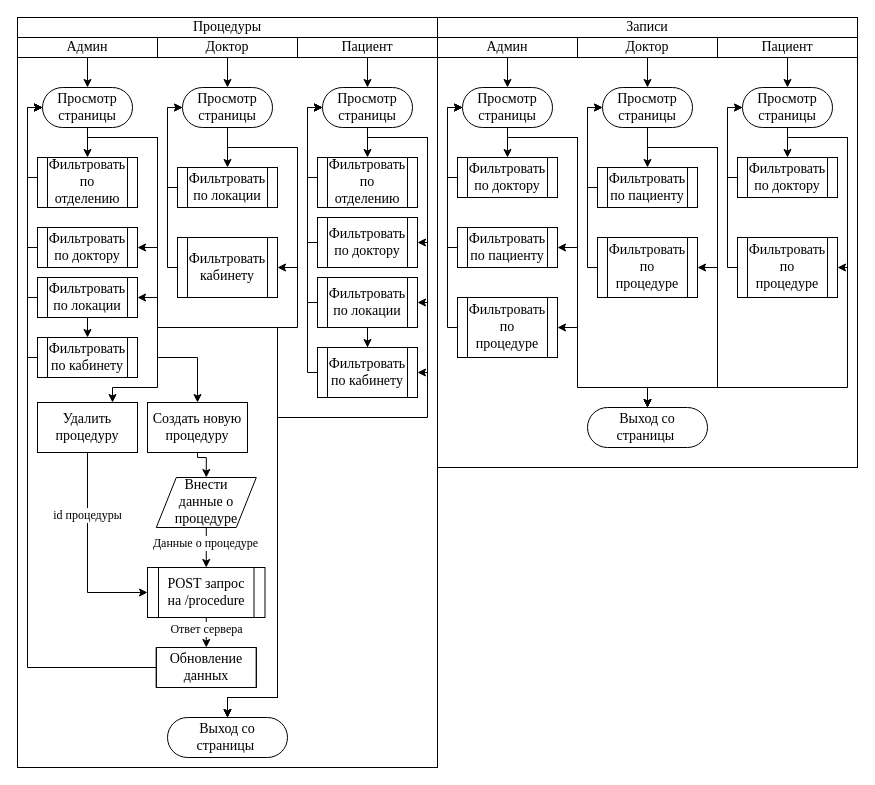
Before: procedures and patients.drawio in arturyumaev/Bachelor-Diploma-Docs, a draw.io diagram. Source tidied: cells renumbered, new cells numbered last; positions are measured from the earlier drawing's top-left corner, leaving out a move shared by most shapes. Both pictures are drawn from the tidied source at 100%, with x=0, y=0 at pixel (17, 17).
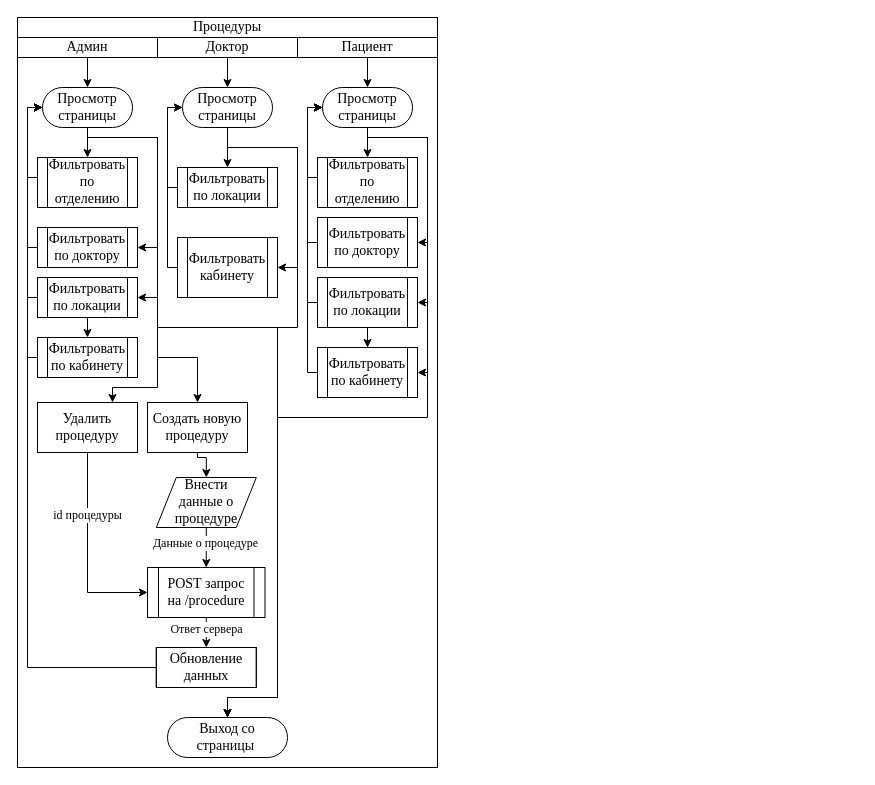
Above is the later version.

What changed in the source:
```diff
@@
-    <mxCell id="2" style="rounded=0;whiteSpace=wrap;html=1;fillColor=none;" parent="1" vertex="1">
-      <mxGeometry x="420" y="40" width="420" height="410" as="geometry" />
-    </mxCell>
-    <mxCell id="3" value="&lt;font style=&quot;font-size: 14px&quot; face=&quot;Times New Roman&quot;&gt;Записи&lt;/font&gt;" style="rounded=0;whiteSpace=wrap;html=1;" parent="1" vertex="1">
-      <mxGeometry x="420" width="420" height="20" as="geometry" />
-    </mxCell>
-    <mxCell id="4" style="edgeStyle=orthogonalEdgeStyle;rounded=0;jettySize=auto;html=1;exitX=0.5;exitY=1;exitDx=0;exitDy=0;entryX=0.5;entryY=0;entryDx=0;entryDy=0;endArrow=classic;endFill=1;" parent="1" edge="1" source="5" target="15">
-      <mxGeometry relative="1" as="geometry" />
-    </mxCell>
-    <mxCell id="5" value="&lt;font style=&quot;font-size: 14px&quot; face=&quot;Times New Roman&quot;&gt;Админ&lt;/font&gt;" style="rounded=0;whiteSpace=wrap;html=1;" parent="1" vertex="1">
-      <mxGeometry x="420" y="20" width="140" height="20" as="geometry" />
-    </mxCell>
-    <mxCell id="6" style="edgeStyle=orthogonalEdgeStyle;rounded=0;jettySize=auto;html=1;exitX=0.5;exitY=1;exitDx=0;exitDy=0;entryX=0.5;entryY=0;entryDx=0;entryDy=0;endArrow=classic;endFill=1;" parent="1" edge="1" source="7" target="22">
-      <mxGeometry relative="1" as="geometry" />
-    </mxCell>
-    <mxCell id="7" value="&lt;font style=&quot;font-size: 14px&quot; face=&quot;Times New Roman&quot;&gt;Доктор&lt;/font&gt;" style="rounded=0;whiteSpace=wrap;html=1;" parent="1" vertex="1">
-      <mxGeometry x="560" y="20" width="140" height="20" as="geometry" />
-    </mxCell>
-    <mxCell id="8" style="edgeStyle=orthogonalEdgeStyle;rounded=0;jettySize=auto;html=1;exitX=0.5;exitY=1;exitDx=0;exitDy=0;entryX=0.5;entryY=0;entryDx=0;entryDy=0;endArrow=classic;endFill=1;" parent="1" edge="1" source="9" target="26">
-      <mxGeometry relative="1" as="geometry" />
-    </mxCell>
-    <mxCell id="9" value="&lt;font style=&quot;font-size: 14px&quot; face=&quot;Times New Roman&quot;&gt;Пациент&lt;/font&gt;" style="rounded=0;whiteSpace=wrap;html=1;" parent="1" vertex="1">
-      <mxGeometry x="700" y="20" width="140" height="20" as="geometry" />
-    </mxCell>
-    <mxCell id="10" style="edgeStyle=orthogonalEdgeStyle;rounded=0;orthogonalLoop=1;jettySize=auto;html=1;endArrow=classic;endFill=1;exitX=0.5;exitY=0;exitDx=0;exitDy=0;entryX=0.5;entryY=0;entryDx=0;entryDy=0;" parent="1" edge="1" source="15" target="15">
-      <mxGeometry relative="1" as="geometry" />
-    </mxCell>
-    <mxCell id="11" style="edgeStyle=orthogonalEdgeStyle;rounded=0;jettySize=auto;html=1;exitX=0.5;exitY=1;exitDx=0;exitDy=0;entryX=0.5;entryY=0;entryDx=0;entryDy=0;endArrow=classic;endFill=1;" parent="1" edge="1" source="15" target="18">
-      <mxGeometry relative="1" as="geometry" />
-    </mxCell>
-    <mxCell id="12" style="edgeStyle=orthogonalEdgeStyle;rounded=0;jettySize=auto;html=1;exitX=0.5;exitY=1;exitDx=0;exitDy=0;entryX=1;entryY=0.5;entryDx=0;entryDy=0;endArrow=classic;endFill=1;" parent="1" edge="1" source="15" target="28">
-      <mxGeometry relative="1" as="geometry">
-        <Array as="points">
-          <mxPoint x="490" y="120" />
-          <mxPoint x="560" y="120" />
-          <mxPoint x="560" y="230" />
-        </Array>
-      </mxGeometry>
-    </mxCell>
-    <mxCell id="13" style="edgeStyle=orthogonalEdgeStyle;rounded=0;jettySize=auto;html=1;exitX=0.5;exitY=1;exitDx=0;exitDy=0;entryX=1;entryY=0.5;entryDx=0;entryDy=0;endArrow=classic;endFill=1;" parent="1" edge="1" source="15" target="30">
-      <mxGeometry relative="1" as="geometry">
-        <Array as="points">
-          <mxPoint x="490" y="120" />
-          <mxPoint x="560" y="120" />
-          <mxPoint x="560" y="310" />
-        </Array>
-      </mxGeometry>
-    </mxCell>
-    <mxCell id="14" style="edgeStyle=orthogonalEdgeStyle;rounded=0;jettySize=auto;html=1;exitX=0.5;exitY=1;exitDx=0;exitDy=0;entryX=0.5;entryY=0;entryDx=0;entryDy=0;endArrow=classic;endFill=1;" parent="1" edge="1" source="15" target="16">
-      <mxGeometry relative="1" as="geometry">
-        <Array as="points">
-          <mxPoint x="490" y="120" />
-          <mxPoint x="560" y="120" />
-          <mxPoint x="560" y="370" />
-          <mxPoint x="630" y="370" />
-        </Array>
-      </mxGeometry>
-    </mxCell>
-    <mxCell id="15" value="&lt;font style=&quot;font-size: 14px&quot; face=&quot;Times New Roman&quot;&gt;Просмотр страницы&lt;/font&gt;" style="rounded=1;whiteSpace=wrap;html=1;fillColor=none;arcSize=50;" parent="1" vertex="1">
-      <mxGeometry x="445" y="70" width="90" height="40" as="geometry" />
-    </mxCell>
-    <mxCell id="16" value="&lt;font style=&quot;font-size: 14px&quot; face=&quot;Times New Roman&quot;&gt;Выход со страницы&amp;nbsp;&lt;/font&gt;" style="rounded=1;whiteSpace=wrap;html=1;fillColor=none;arcSize=50;" parent="1" vertex="1">
-      <mxGeometry x="570" y="390" width="120" height="40" as="geometry" />
-    </mxCell>
-    <mxCell id="17" style="edgeStyle=orthogonalEdgeStyle;rounded=0;jettySize=auto;html=1;entryX=0;entryY=0.5;entryDx=0;entryDy=0;endArrow=classic;endFill=1;" parent="1" edge="1" source="18" target="15">
-      <mxGeometry relative="1" as="geometry">
-        <Array as="points">
-          <mxPoint x="430" y="160" />
-          <mxPoint x="430" y="90" />
-        </Array>
-      </mxGeometry>
-    </mxCell>
-    <mxCell id="18" value="&lt;font style=&quot;font-size: 14px&quot; face=&quot;Times New Roman&quot;&gt;Фильтровать по доктору&lt;/font&gt;" style="shape=process;whiteSpace=wrap;html=1;backgroundOutline=1;fillColor=none;" parent="1" vertex="1">
-      <mxGeometry x="440" y="140" width="100" height="40" as="geometry" />
-    </mxCell>
-    <mxCell id="19" style="edgeStyle=orthogonalEdgeStyle;rounded=0;jettySize=auto;html=1;exitX=0.5;exitY=1;exitDx=0;exitDy=0;entryX=0.5;entryY=0;entryDx=0;entryDy=0;endArrow=classic;endFill=1;" parent="1" edge="1" source="22" target="32">
-      <mxGeometry relative="1" as="geometry" />
-    </mxCell>
-    <mxCell id="20" style="edgeStyle=orthogonalEdgeStyle;rounded=0;jettySize=auto;html=1;exitX=0.5;exitY=1;exitDx=0;exitDy=0;entryX=1;entryY=0.5;entryDx=0;entryDy=0;endArrow=classic;endFill=1;" parent="1" edge="1" source="22" target="34">
-      <mxGeometry relative="1" as="geometry">
-        <Array as="points">
-          <mxPoint x="630" y="130" />
-          <mxPoint x="700" y="130" />
-          <mxPoint x="700" y="250" />
-        </Array>
-      </mxGeometry>
-    </mxCell>
-    <mxCell id="21" style="edgeStyle=orthogonalEdgeStyle;rounded=0;jettySize=auto;html=1;exitX=0.5;exitY=1;exitDx=0;exitDy=0;entryX=0.5;entryY=0;entryDx=0;entryDy=0;endArrow=classic;endFill=1;" parent="1" edge="1" source="22" target="16">
-      <mxGeometry relative="1" as="geometry">
-        <Array as="points">
-          <mxPoint x="630" y="130" />
-          <mxPoint x="700" y="130" />
-          <mxPoint x="700" y="370" />
-          <mxPoint x="630" y="370" />
-        </Array>
-      </mxGeometry>
-    </mxCell>
-    <mxCell id="22" value="&lt;font style=&quot;font-size: 14px&quot; face=&quot;Times New Roman&quot;&gt;Просмотр страницы&lt;/font&gt;" style="rounded=1;whiteSpace=wrap;html=1;fillColor=none;arcSize=50;" parent="1" vertex="1">
-      <mxGeometry x="585" y="70" width="90" height="40" as="geometry" />
-    </mxCell>
-    <mxCell id="23" style="edgeStyle=orthogonalEdgeStyle;rounded=0;jettySize=auto;html=1;exitX=0.5;exitY=1;exitDx=0;exitDy=0;entryX=0.5;entryY=0;entryDx=0;entryDy=0;endArrow=classic;endFill=1;" parent="1" edge="1" source="26" target="36">
-      <mxGeometry relative="1" as="geometry" />
-    </mxCell>
-    <mxCell id="24" style="edgeStyle=orthogonalEdgeStyle;rounded=0;jettySize=auto;html=1;exitX=0.5;exitY=1;exitDx=0;exitDy=0;entryX=1;entryY=0.5;entryDx=0;entryDy=0;endArrow=classic;endFill=1;" parent="1" edge="1" source="26" target="38">
-      <mxGeometry relative="1" as="geometry">
-        <Array as="points">
-          <mxPoint x="770" y="120" />
-          <mxPoint x="830" y="120" />
-          <mxPoint x="830" y="250" />
-        </Array>
-      </mxGeometry>
-    </mxCell>
-    <mxCell id="25" style="edgeStyle=orthogonalEdgeStyle;rounded=0;jettySize=auto;html=1;exitX=0.5;exitY=1;exitDx=0;exitDy=0;entryX=0.5;entryY=0;entryDx=0;entryDy=0;endArrow=classic;endFill=1;" parent="1" edge="1" source="26" target="16">
-      <mxGeometry relative="1" as="geometry">
-        <Array as="points">
-          <mxPoint x="770" y="120" />
-          <mxPoint x="830" y="120" />
-          <mxPoint x="830" y="370" />
-          <mxPoint x="630" y="370" />
-        </Array>
-      </mxGeometry>
-    </mxCell>
-    <mxCell id="26" value="&lt;font style=&quot;font-size: 14px&quot; face=&quot;Times New Roman&quot;&gt;Просмотр страницы&lt;/font&gt;" style="rounded=1;whiteSpace=wrap;html=1;fillColor=none;arcSize=50;" parent="1" vertex="1">
-      <mxGeometry x="725" y="70" width="90" height="40" as="geometry" />
-    </mxCell>
-    <mxCell id="27" style="edgeStyle=orthogonalEdgeStyle;rounded=0;jettySize=auto;html=1;entryX=0;entryY=0.5;entryDx=0;entryDy=0;endArrow=classic;endFill=1;" parent="1" edge="1" source="28" target="15">
-      <mxGeometry relative="1" as="geometry">
-        <Array as="points">
-          <mxPoint x="430" y="230" />
-          <mxPoint x="430" y="90" />
-        </Array>
-      </mxGeometry>
-    </mxCell>
-    <mxCell id="28" value="&lt;font style=&quot;font-size: 14px&quot; face=&quot;Times New Roman&quot;&gt;Фильтровать по пациенту&lt;/font&gt;" style="shape=process;whiteSpace=wrap;html=1;backgroundOutline=1;fillColor=none;" parent="1" vertex="1">
-      <mxGeometry x="440" y="210" width="100" height="40" as="geometry" />
-    </mxCell>
-    <mxCell id="29" style="edgeStyle=orthogonalEdgeStyle;rounded=0;jettySize=auto;html=1;entryX=0;entryY=0.5;entryDx=0;entryDy=0;endArrow=classic;endFill=1;" parent="1" edge="1" source="30" target="15">
-      <mxGeometry relative="1" as="geometry">
-        <Array as="points">
-          <mxPoint x="430" y="310" />
-          <mxPoint x="430" y="90" />
-        </Array>
-      </mxGeometry>
-    </mxCell>
-    <mxCell id="30" value="&lt;font style=&quot;font-size: 14px&quot; face=&quot;Times New Roman&quot;&gt;Фильтровать по процедуре&lt;/font&gt;" style="shape=process;whiteSpace=wrap;html=1;backgroundOutline=1;fillColor=none;" parent="1" vertex="1">
-      <mxGeometry x="440" y="280" width="100" height="60" as="geometry" />
-    </mxCell>
-    <mxCell id="31" style="edgeStyle=orthogonalEdgeStyle;rounded=0;jettySize=auto;html=1;exitX=0;exitY=0.5;exitDx=0;exitDy=0;entryX=0;entryY=0.5;entryDx=0;entryDy=0;endArrow=classic;endFill=1;" parent="1" edge="1" source="32" target="22">
-      <mxGeometry relative="1" as="geometry">
-        <Array as="points">
-          <mxPoint x="570" y="170" />
-          <mxPoint x="570" y="90" />
-        </Array>
-      </mxGeometry>
-    </mxCell>
-    <mxCell id="32" value="&lt;font style=&quot;font-size: 14px&quot; face=&quot;Times New Roman&quot;&gt;Фильтровать по пациенту&lt;/font&gt;" style="shape=process;whiteSpace=wrap;html=1;backgroundOutline=1;fillColor=none;" parent="1" vertex="1">
-      <mxGeometry x="580" y="150" width="100" height="40" as="geometry" />
-    </mxCell>
-    <mxCell id="33" style="edgeStyle=orthogonalEdgeStyle;rounded=0;jettySize=auto;html=1;exitX=0;exitY=0.5;exitDx=0;exitDy=0;entryX=0;entryY=0.5;entryDx=0;entryDy=0;endArrow=classic;endFill=1;" parent="1" edge="1" source="34" target="22">
-      <mxGeometry relative="1" as="geometry">
-        <Array as="points">
-          <mxPoint x="570" y="250" />
-          <mxPoint x="570" y="90" />
-        </Array>
-      </mxGeometry>
-    </mxCell>
-    <mxCell id="34" value="&lt;font style=&quot;font-size: 14px&quot; face=&quot;Times New Roman&quot;&gt;Фильтровать по процедуре&lt;/font&gt;" style="shape=process;whiteSpace=wrap;html=1;backgroundOutline=1;fillColor=none;" parent="1" vertex="1">
-      <mxGeometry x="580" y="220" width="100" height="60" as="geometry" />
-    </mxCell>
-    <mxCell id="35" style="edgeStyle=orthogonalEdgeStyle;rounded=0;jettySize=auto;html=1;exitX=0;exitY=0.5;exitDx=0;exitDy=0;entryX=0;entryY=0.5;entryDx=0;entryDy=0;endArrow=classic;endFill=1;" parent="1" edge="1" source="36" target="26">
-      <mxGeometry relative="1" as="geometry">
-        <Array as="points">
-          <mxPoint x="710" y="160" />
-          <mxPoint x="710" y="90" />
-        </Array>
-      </mxGeometry>
-    </mxCell>
-    <mxCell id="36" value="&lt;font style=&quot;font-size: 14px&quot; face=&quot;Times New Roman&quot;&gt;Фильтровать по доктору&lt;/font&gt;" style="shape=process;whiteSpace=wrap;html=1;backgroundOutline=1;fillColor=none;" parent="1" vertex="1">
-      <mxGeometry x="720" y="140" width="100" height="40" as="geometry" />
-    </mxCell>
-    <mxCell id="37" style="edgeStyle=orthogonalEdgeStyle;rounded=0;jettySize=auto;html=1;exitX=0;exitY=0.5;exitDx=0;exitDy=0;entryX=0;entryY=0.5;entryDx=0;entryDy=0;endArrow=classic;endFill=1;" parent="1" edge="1" source="38" target="26">
-      <mxGeometry relative="1" as="geometry">
-        <Array as="points">
-          <mxPoint x="710" y="250" />
-          <mxPoint x="710" y="90" />
-        </Array>
-      </mxGeometry>
-    </mxCell>
-    <mxCell id="38" value="&lt;font style=&quot;font-size: 14px&quot; face=&quot;Times New Roman&quot;&gt;Фильтровать по процедуре&lt;/font&gt;" style="shape=process;whiteSpace=wrap;html=1;backgroundOutline=1;fillColor=none;" parent="1" vertex="1">
-      <mxGeometry x="720" y="220" width="100" height="60" as="geometry" />
-    </mxCell>
```
